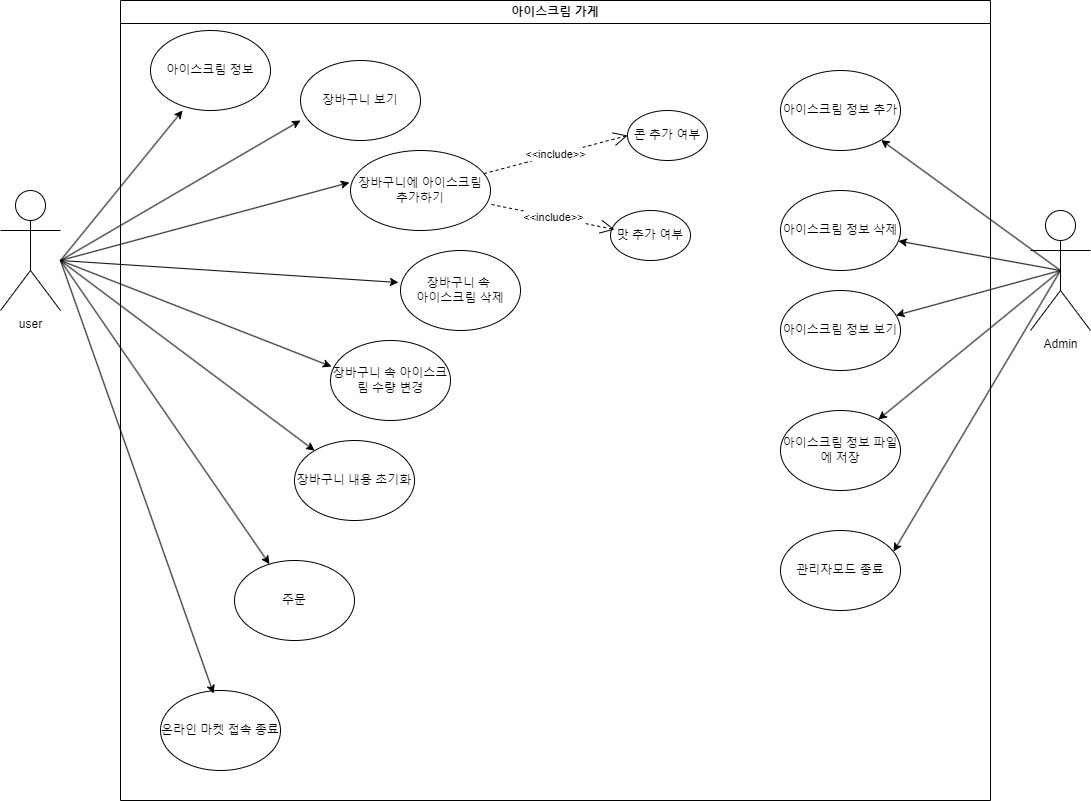
The draw.io diagram mini_project_use-case.png in junHyeokP/Algorithm, before a commit. Source tidied: cells renumbered, new cells last; positions are measured from the earlier drawing's top-left corner, leaving out a move shared by most shapes.
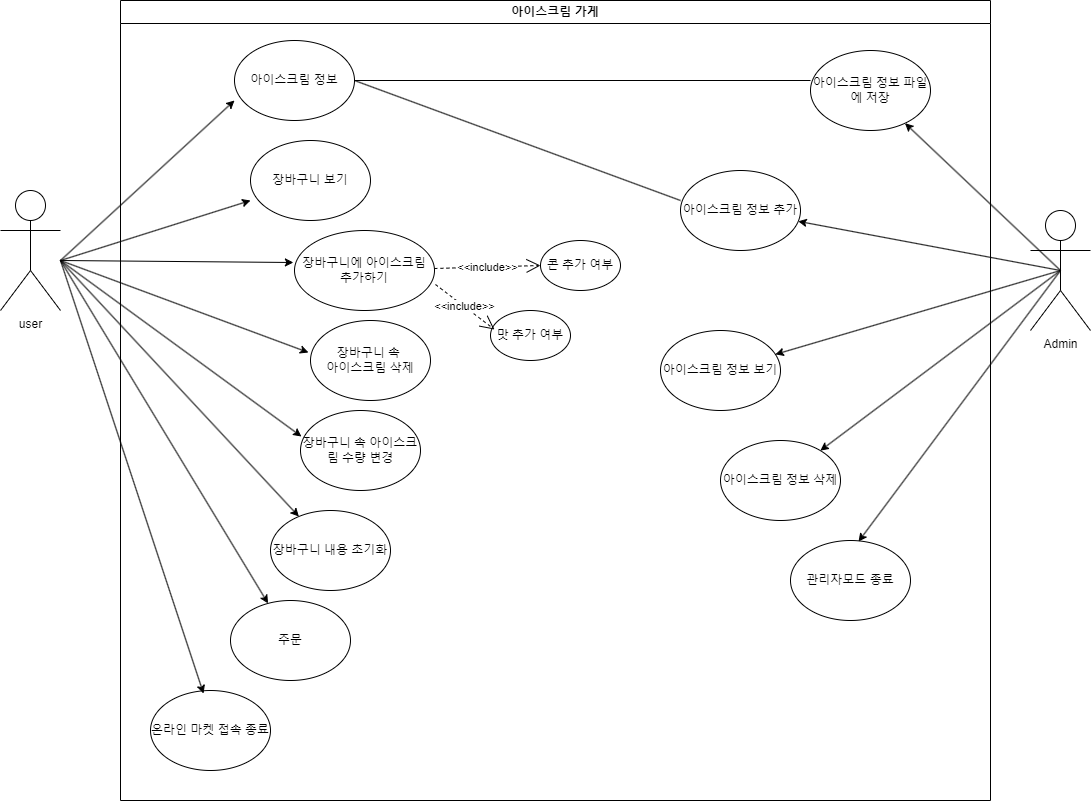
Later version of the same file.

Change to the diagram source:
```diff
@@ -15,28 +15,28 @@
       <mxGeometry x="120" width="870" height="800" as="geometry" />
     </mxCell>
     <mxCell id="6" value="장바구니 속&amp;nbsp;&lt;div&gt;아이스크림 삭제&lt;/div&gt;" style="ellipse;whiteSpace=wrap;html=1;" parent="5" vertex="1">
-      <mxGeometry x="280" y="250" width="120" height="80" as="geometry" />
+      <mxGeometry x="190" y="320" width="120" height="80" as="geometry" />
     </mxCell>
     <mxCell id="7" value="장바구니에 아이스크림 추가하기" style="ellipse;whiteSpace=wrap;html=1;" parent="5" vertex="1">
-      <mxGeometry x="230" y="150" width="140" height="80" as="geometry" />
+      <mxGeometry x="174" y="230" width="140" height="80" as="geometry" />
     </mxCell>
     <mxCell id="8" value="장바구니 보기" style="ellipse;whiteSpace=wrap;html=1;" parent="5" vertex="1">
-      <mxGeometry x="180" y="60" width="120" height="80" as="geometry" />
+      <mxGeometry x="130" y="140" width="120" height="80" as="geometry" />
     </mxCell>
     <mxCell id="9" value="콘 추가 여부" style="ellipse;whiteSpace=wrap;html=1;direction=east;" parent="5" vertex="1">
-      <mxGeometry x="507" y="110" width="80" height="50" as="geometry" />
+      <mxGeometry x="420" y="240" width="80" height="50" as="geometry" />
     </mxCell>
     <mxCell id="10" value="맛 추가 여부" style="ellipse;whiteSpace=wrap;html=1;" parent="5" vertex="1">
-      <mxGeometry x="490" y="210" width="80" height="50" as="geometry" />
+      <mxGeometry x="370" y="310" width="80" height="50" as="geometry" />
     </mxCell>
     <mxCell id="11" value="장바구니 내용 초기화" style="ellipse;whiteSpace=wrap;html=1;" parent="5" vertex="1">
-      <mxGeometry x="174" y="440" width="120" height="80" as="geometry" />
+      <mxGeometry x="150" y="510" width="120" height="80" as="geometry" />
     </mxCell>
     <mxCell id="12" value="아이스크림 정보" style="ellipse;whiteSpace=wrap;html=1;" parent="5" vertex="1">
-      <mxGeometry x="30" y="30" width="120" height="80" as="geometry" />
+      <mxGeometry x="114" y="40" width="120" height="80" as="geometry" />
     </mxCell>
     <mxCell id="13" value="장바구니 속 아이스크림 수량 변경" style="ellipse;whiteSpace=wrap;html=1;" parent="5" vertex="1">
-      <mxGeometry x="210" y="340" width="120" height="80" as="geometry" />
+      <mxGeometry x="180" y="410" width="120" height="80" as="geometry" />
     </mxCell>
     <mxCell id="14" value="&amp;lt;&amp;lt;include&amp;gt;&amp;gt;" style="endArrow=open;endSize=12;dashed=1;html=1;rounded=0;entryX=0;entryY=0.5;entryDx=0;entryDy=0;" parent="5" edge="1" source="7" target="9">
       <mxGeometry relative="1" as="geometry" />
@@ -45,7 +45,7 @@
       <mxGeometry relative="1" as="geometry" />
     </mxCell>
     <mxCell id="16" value="온라인 마켓 접속 종료" style="ellipse;whiteSpace=wrap;html=1;" parent="5" vertex="1">
-      <mxGeometry x="40" y="690" width="120" height="80" as="geometry" />
+      <mxGeometry x="30" y="690" width="120" height="80" as="geometry" />
     </mxCell>
     <mxCell id="17" style="endArrow=classic;html=1;rounded=0;entryX=0.442;entryY=0.038;entryDx=0;entryDy=0;entryPerimeter=0;" parent="5" edge="1" target="16">
       <mxGeometry relative="1" as="geometry">
@@ -53,23 +53,29 @@
       </mxGeometry>
     </mxCell>
     <mxCell id="18" value="관리자모드 종료" style="ellipse;whiteSpace=wrap;html=1;direction=east;" parent="5" vertex="1">
-      <mxGeometry x="660" y="530" width="120" height="80" as="geometry" />
+      <mxGeometry x="670" y="540" width="120" height="80" as="geometry" />
     </mxCell>
     <mxCell id="19" value="아이스크림 정보 보기" style="ellipse;whiteSpace=wrap;html=1;" parent="5" vertex="1">
-      <mxGeometry x="660" y="290" width="120" height="80" as="geometry" />
+      <mxGeometry x="540" y="330" width="120" height="80" as="geometry" />
     </mxCell>
     <mxCell id="20" value="주문" style="ellipse;whiteSpace=wrap;html=1;" parent="5" vertex="1">
-      <mxGeometry x="114" y="560" width="120" height="80" as="geometry" />
+      <mxGeometry x="110" y="600" width="120" height="80" as="geometry" />
     </mxCell>
     <mxCell id="21" value="아이스크림 정보 삭제" style="ellipse;whiteSpace=wrap;html=1;" parent="5" vertex="1">
-      <mxGeometry x="660" y="190" width="120" height="80" as="geometry" />
+      <mxGeometry x="600" y="440" width="120" height="80" as="geometry" />
     </mxCell>
     <mxCell id="22" value="아이스크림 정보 추가" style="ellipse;whiteSpace=wrap;html=1;" parent="5" vertex="1">
-      <mxGeometry x="660" y="70" width="120" height="80" as="geometry" />
+      <mxGeometry x="560" y="170" width="120" height="80" as="geometry" />
     </mxCell>
     <mxCell id="23" value="아이스크림 정보 파일에 저장" style="ellipse;whiteSpace=wrap;html=1;" parent="5" vertex="1">
-      <mxGeometry x="660" y="410" width="120" height="80" as="geometry" />
+      <mxGeometry x="690" y="50" width="120" height="80" as="geometry" />
     </mxCell>
+    <mxCell id="35" style="endArrow=none;html=1;rounded=0;entryX=0;entryY=0.375;entryDx=0;entryDy=0;entryPerimeter=0;exitX=1;exitY=0.5;exitDx=0;exitDy=0;" parent="5" edge="1" source="12" target="23">
+      <mxGeometry relative="1" as="geometry" />
+    </mxCell>
+    <mxCell id="36" style="endArrow=none;html=1;rounded=0;entryX=0;entryY=0.375;entryDx=0;entryDy=0;entryPerimeter=0;exitX=1;exitY=0.5;exitDx=0;exitDy=0;" parent="5" edge="1" source="12" target="22">
+      <mxGeometry relative="1" as="geometry" />
+    </mxCell>
     <mxCell id="24" style="endArrow=classic;html=1;rounded=0;entryX=0;entryY=0.75;entryDx=0;entryDy=0;entryPerimeter=0;" parent="1" edge="1" target="8">
       <mxGeometry relative="1" as="geometry">
         <mxPoint x="60" y="260" as="sourcePoint" />
@@ -90,7 +96,7 @@
         <mxPoint x="60" y="260" as="sourcePoint" />
       </mxGeometry>
     </mxCell>
-    <mxCell id="28" style="endArrow=classic;html=1;rounded=0;entryX=0.267;entryY=1;entryDx=0;entryDy=0;entryPerimeter=0;" parent="1" edge="1" target="12">
+    <mxCell id="28" style="endArrow=classic;html=1;rounded=0;entryX=0;entryY=0.75;entryDx=0;entryDy=0;entryPerimeter=0;" parent="1" edge="1" target="12">
       <mxGeometry relative="1" as="geometry">
         <mxPoint x="60" y="260" as="sourcePoint" />
       </mxGeometry>
@@ -100,7 +106,7 @@
         <mxPoint x="60" y="260" as="sourcePoint" />
       </mxGeometry>
     </mxCell>
-    <mxCell id="30" style="endArrow=classic;html=1;rounded=0;exitX=0.5;exitY=0.5;exitDx=0;exitDy=0;exitPerimeter=0;entryX=0.942;entryY=0.263;entryDx=0;entryDy=0;entryPerimeter=0;" parent="1" edge="1" source="4" target="18">
+    <mxCell id="30" style="endArrow=classic;html=1;rounded=0;exitX=0.5;exitY=0.5;exitDx=0;exitDy=0;exitPerimeter=0;entryX=0.567;entryY=0.013;entryDx=0;entryDy=0;entryPerimeter=0;" parent="1" edge="1" source="4" target="18">
       <mxGeometry relative="1" as="geometry" />
     </mxCell>
     <mxCell id="31" style="endArrow=classic;html=1;rounded=0;exitX=0.5;exitY=0.5;exitDx=0;exitDy=0;exitPerimeter=0;" parent="1" edge="1" source="4" target="19">
```
